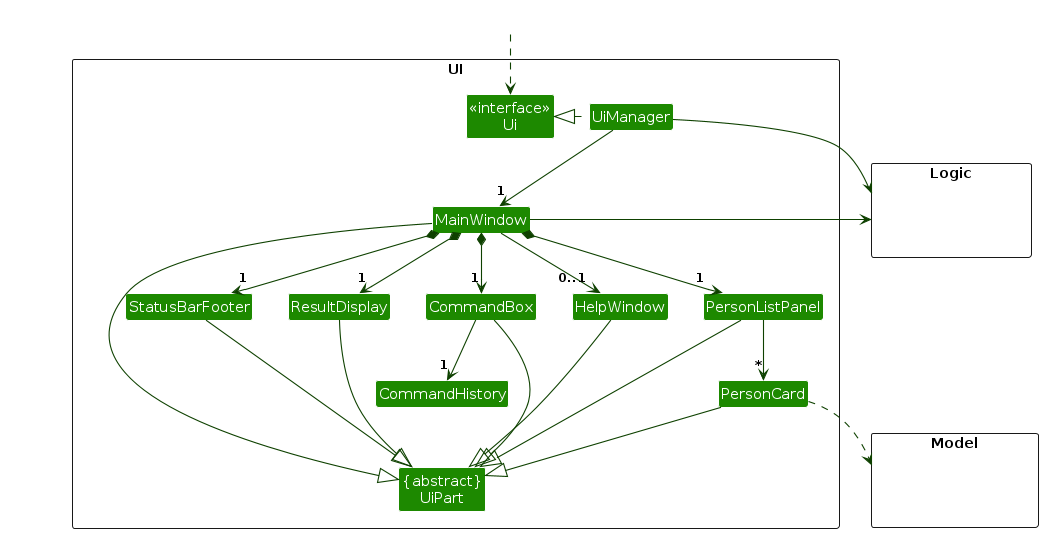
The PlantUML diagram diagrams/UiClassDiagram.png in AY2627S1-CS2103T-T08-4/tp, before a commit. Its source is kept beside it as diagrams/UiClassDiagram.puml.
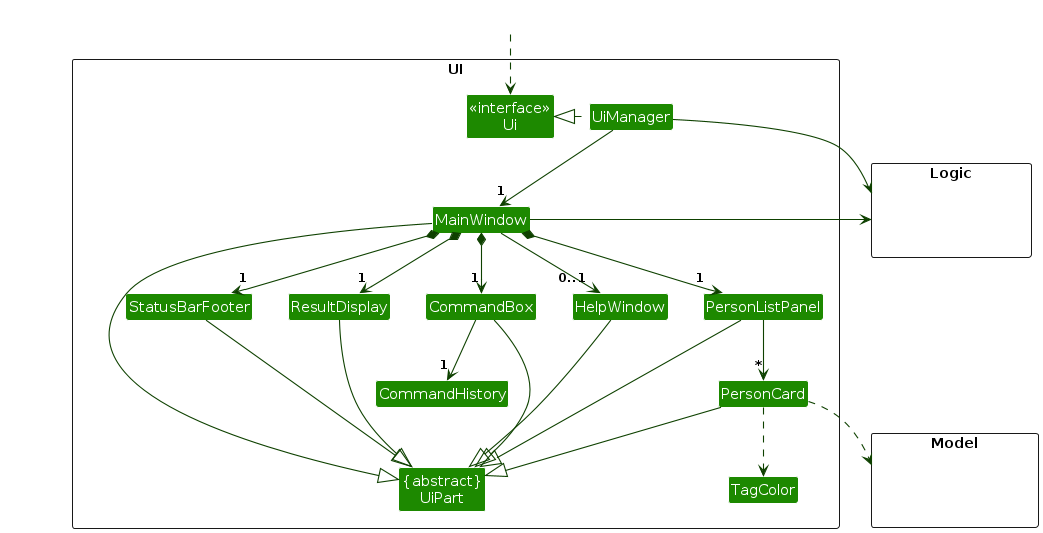
The same file after the commit.

The edit, as a diff of the source:
```diff
@@ -13,6 +13,7 @@
 Class ResultDisplay
 Class PersonListPanel
 Class PersonCard
+Class TagColor
 Class StatusBarFooter
 Class CommandBox
 Class CommandHistory
@@ -39,6 +40,7 @@
 MainWindow --> "0..1" HelpWindow
 
 PersonListPanel -down-> "*" PersonCard
+PersonCard ..> TagColor
 
 MainWindow -left-|> UiPart
 
```
